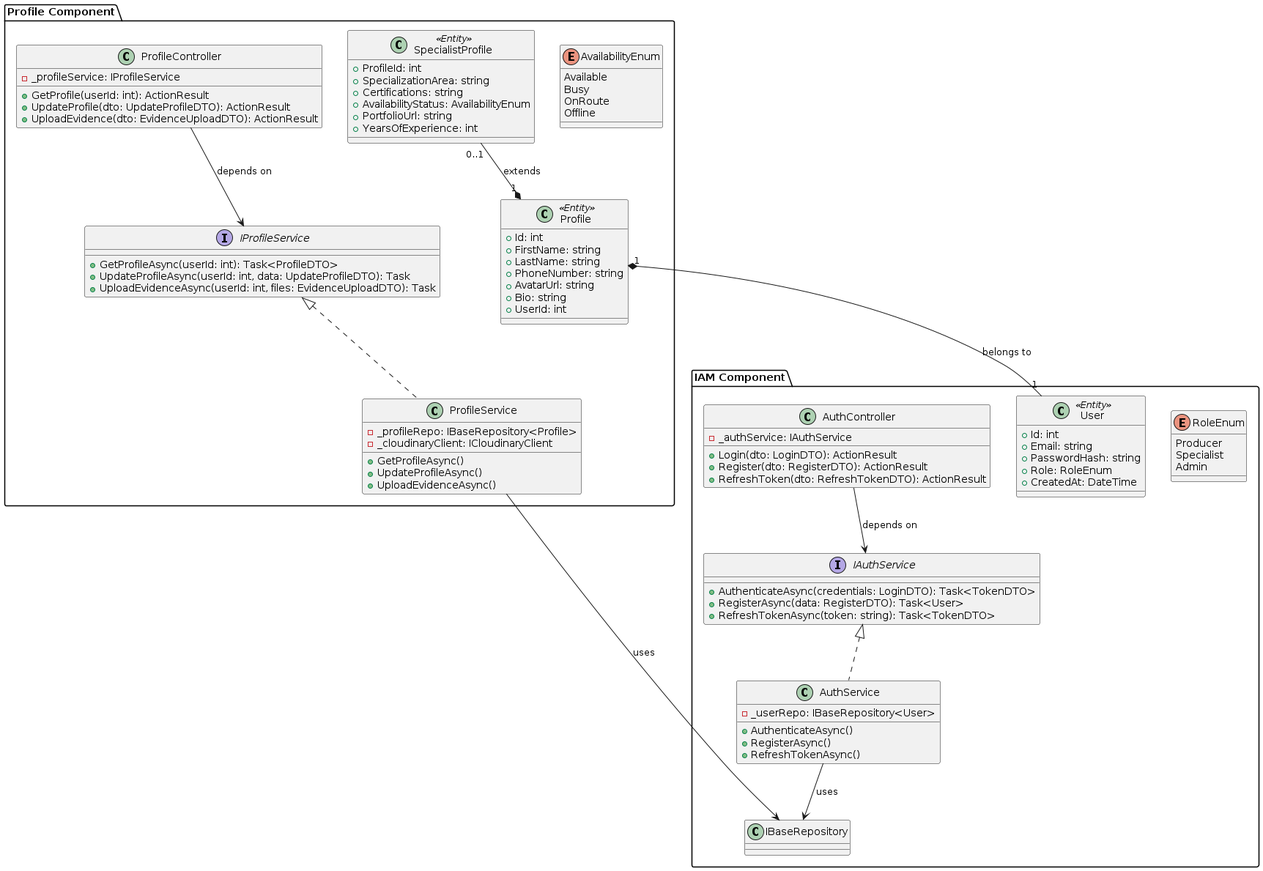
The PlantUML diagram report/assets/class-diagrams/iam-and-profile-components-diagram.png in upc-pre-1asi0729-11848-arcadiadevs/viora-report, before a commit.
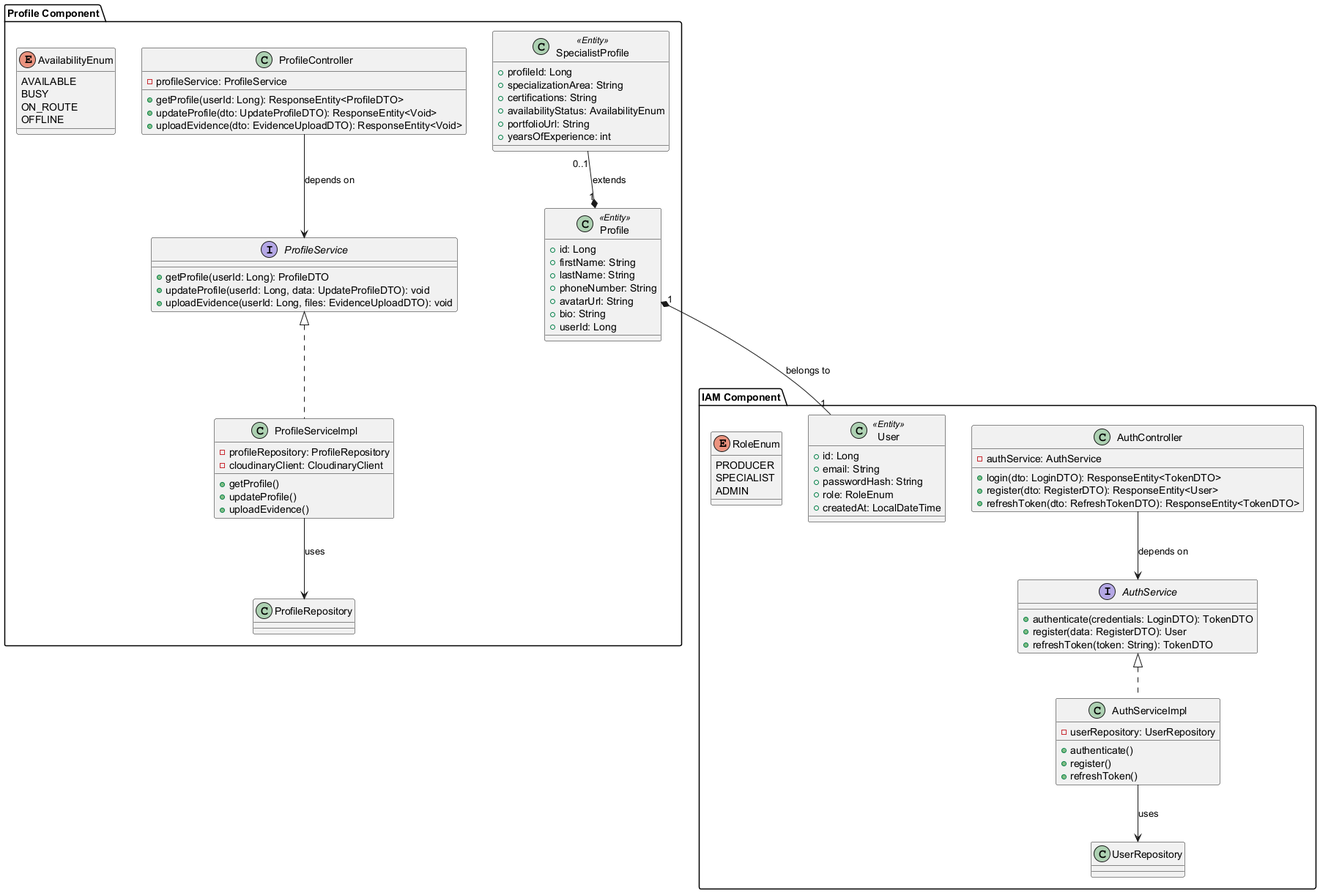
Later version of the same file.

Change to the diagram source:
```diff
@@ -1,97 +1,97 @@
 @startuml
 package "IAM Component" {
     class AuthController {
-        - _authService: IAuthService
-        + Login(dto: LoginDTO): ActionResult
-        + Register(dto: RegisterDTO): ActionResult
-        + RefreshToken(dto: RefreshTokenDTO): ActionResult
+        - authService: AuthService
+        + login(dto: LoginDTO): ResponseEntity<TokenDTO>
+        + register(dto: RegisterDTO): ResponseEntity<User>
+        + refreshToken(dto: RefreshTokenDTO): ResponseEntity<TokenDTO>
     }
 
-    interface IAuthService {
-        + AuthenticateAsync(credentials: LoginDTO): Task<TokenDTO>
-        + RegisterAsync(data: RegisterDTO): Task<User>
-        + RefreshTokenAsync(token: string): Task<TokenDTO>
+    interface AuthService {
+        + authenticate(credentials: LoginDTO): TokenDTO
+        + register(data: RegisterDTO): User
+        + refreshToken(token: String): TokenDTO
     }
 
-    class AuthService {
-        - _userRepo: IBaseRepository<User>
-        + AuthenticateAsync()
-        + RegisterAsync()
-        + RefreshTokenAsync()
+    class AuthServiceImpl {
+        - userRepository: UserRepository
+        + authenticate()
+        + register()
+        + refreshToken()
     }
 
     class User <<Entity>> {
-        + Id: int
-        + Email: string
-        + PasswordHash: string
-        + Role: RoleEnum
-        + CreatedAt: DateTime
+        + id: Long
+        + email: String
+        + passwordHash: String
+        + role: RoleEnum
+        + createdAt: LocalDateTime
     }
 
     enum RoleEnum {
-        Producer
-        Specialist
-        Admin
+        PRODUCER
+        SPECIALIST
+        ADMIN
     }
 
-    IAuthService <|.. AuthService
-    AuthService --> IBaseRepository : uses
+    AuthService <|.. AuthServiceImpl
+    AuthServiceImpl --> UserRepository : uses
 }
 
 package "Profile Component" {
     class ProfileController {
-        - _profileService: IProfileService
-        + GetProfile(userId: int): ActionResult
-        + UpdateProfile(dto: UpdateProfileDTO): ActionResult
-        + UploadEvidence(dto: EvidenceUploadDTO): ActionResult
+        - profileService: ProfileService
+        + getProfile(userId: Long): ResponseEntity<ProfileDTO>
+        + updateProfile(dto: UpdateProfileDTO): ResponseEntity<Void>
+        + uploadEvidence(dto: EvidenceUploadDTO): ResponseEntity<Void>
     }
 
-    interface IProfileService {
-        + GetProfileAsync(userId: int): Task<ProfileDTO>
-        + UpdateProfileAsync(userId: int, data: UpdateProfileDTO): Task
-        + UploadEvidenceAsync(userId: int, files: EvidenceUploadDTO): Task
+    interface ProfileService {
+        + getProfile(userId: Long): ProfileDTO
+        + updateProfile(userId: Long, data: UpdateProfileDTO): void
+        + uploadEvidence(userId: Long, files: EvidenceUploadDTO): void
     }
 
-    class ProfileService {
-        - _profileRepo: IBaseRepository<Profile>
-        - _cloudinaryClient: ICloudinaryClient
-        + GetProfileAsync()
-        + UpdateProfileAsync()
-        + UploadEvidenceAsync()
+    class ProfileServiceImpl {
+        - profileRepository: ProfileRepository
+        - cloudinaryClient: CloudinaryClient
+        + getProfile()
+        + updateProfile()
+        + uploadEvidence()
     }
 
     class Profile <<Entity>> {
-        + Id: int
-        + FirstName: string
-        + LastName: string
-        + PhoneNumber: string
-        + AvatarUrl: string
-        + Bio: string
-        + UserId: int
+        + id: Long
+        + firstName: String
+        + lastName: String
+        + phoneNumber: String
+        + avatarUrl: String
+        + bio: String
+        + userId: Long
     }
 
     class SpecialistProfile <<Entity>> {
-        + ProfileId: int
-        + SpecializationArea: string
-        + Certifications: string
-        + AvailabilityStatus: AvailabilityEnum
-        + PortfolioUrl: string
-        + YearsOfExperience: int
+        + profileId: Long
+        + specializationArea: String
+        + certifications: String
+        + availabilityStatus: AvailabilityEnum
+        + portfolioUrl: String
+        + yearsOfExperience: int
     }
 
     enum AvailabilityEnum {
-        Available
-        Busy
-        OnRoute
-        Offline
+        AVAILABLE
+        BUSY
+        ON_ROUTE
+        OFFLINE
     }
 
-    IProfileService <|.. ProfileService
-    ProfileService --> IBaseRepository : uses
+    ProfileService <|.. ProfileServiceImpl
+    ProfileServiceImpl --> ProfileRepository : uses
     Profile "1" *-- "1" User : belongs to
     SpecialistProfile "0..1" --* "1" Profile : extends
 }
 
-AuthController --> IAuthService : depends on
-ProfileController --> IProfileService : depends on
+AuthController --> AuthService : depends on
+ProfileController --> ProfileService : depends on
 @enduml
```
